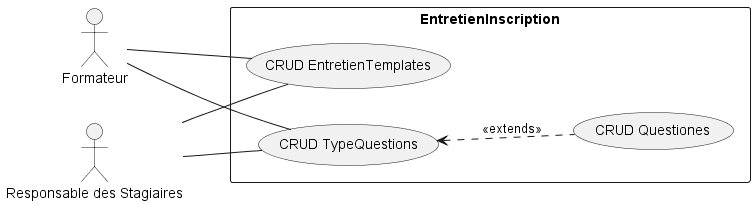
Suirita/File_rouge keeps this PlantUML diagram as docs/assets/img/Sprint_2.png. Above is the earlier version. Its diagram source:
```plantuml
@startuml Sprint_2
left to right direction
actor "Formateur" as fr
actor "Responsable des Stagiaires" as rs
rectangle EntretienInscription {
  usecase "CRUD EntretienTemplates" as UC1
  usecase "CRUD TypeQuestions" as UC2
  usecase "CRUD Questiones" as UC3
}

fr -- UC1
fr -- UC2

rs -- UC1
rs -- UC2

UC2 <.. UC3 : <<extends>>
@enduml
```
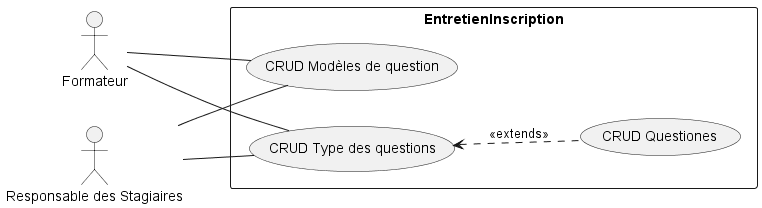
Later version of the same file.

What changed in the source:
```diff
@@ -3,8 +3,8 @@
 actor "Formateur" as fr
 actor "Responsable des Stagiaires" as rs
 rectangle EntretienInscription {
-  usecase "CRUD EntretienTemplates" as UC1
-  usecase "CRUD TypeQuestions" as UC2
+  usecase "CRUD Modèles de question" as UC1
+  usecase "CRUD Type des questions" as UC2
   usecase "CRUD Questiones" as UC3
 }
 
```
